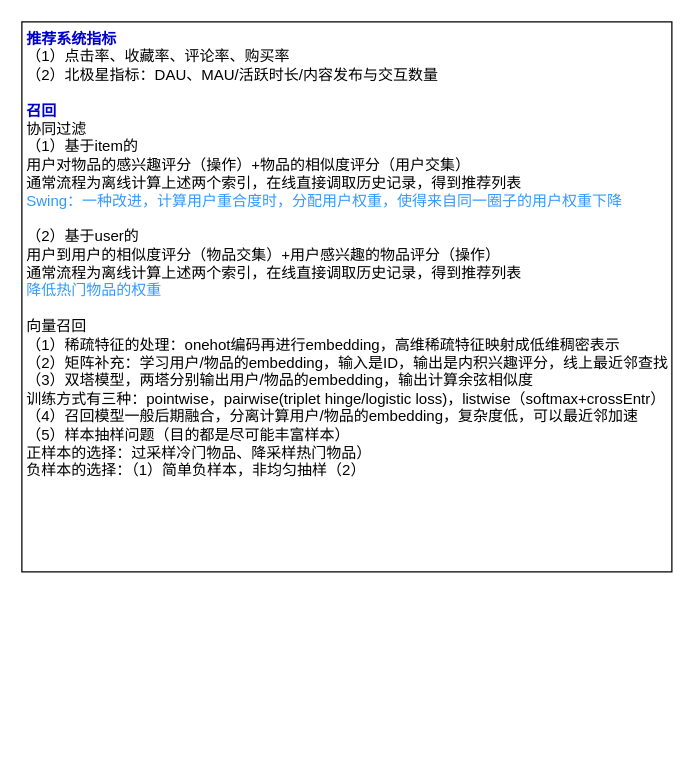
Before: 推荐学习笔记.drawio in limpid-11/drawio, a draw.io diagram. Source tidied: cells renumbered, new cells numbered last; positions are measured from the earlier drawing's top-left corner, leaving out a move shared by most shapes. Both pictures are drawn from the tidied source at 125%, with x=0, y=0 at pixel (21, 21).
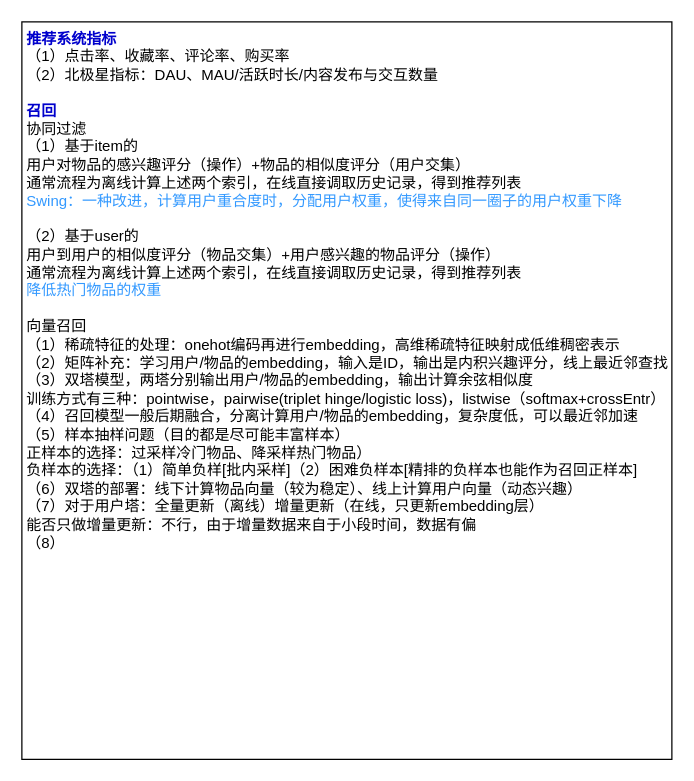
After the change.

Commit message:
更新推荐学习笔记.drawio

Diff of the diagram source:
```diff
@@
 <mxGraphModel>
   <root>
     <mxCell id="0" />
     <mxCell id="1" parent="0" />
-    <mxCell id="2" value="&lt;font color=&quot;#0000cc&quot;&gt;&lt;b&gt;推荐系统指标&lt;/b&gt;&lt;/font&gt;&lt;div&gt;（1）点击率、收藏率、评论率、购买率&lt;/div&gt;&lt;div&gt;（2）北极星指标：DAU、MAU/活跃时长/内容发布与交互数量&lt;/div&gt;&lt;div&gt;&lt;br&gt;&lt;/div&gt;&lt;div&gt;&lt;font color=&quot;#0000cc&quot;&gt;&lt;b&gt;召回&lt;/b&gt;&lt;/font&gt;&lt;/div&gt;&lt;div&gt;协同过滤&lt;/div&gt;&lt;div&gt;（1）基于item的&lt;/div&gt;&lt;div&gt;用户对物品的感兴趣评分（操作）+物品的相似度评分（用户交集）&lt;/div&gt;&lt;div&gt;通常流程为离线计算上述两个索引，在线直接调取历史记录，得到推荐列表&lt;/div&gt;&lt;div&gt;&lt;font color=&quot;#3399ff&quot;&gt;Swing：一种改进，计算用户重合度时，分配用户权重，使得来自同一圈子的用户权重下降&lt;/font&gt;&lt;/div&gt;&lt;div&gt;&lt;br&gt;&lt;/div&gt;&lt;div&gt;（2）基于user的&lt;/div&gt;&lt;div&gt;用户到用户的相似度评分（物品交集）+用户感兴趣的物品评分（操作）&lt;/div&gt;&lt;div&gt;通常流程为离线计算上述两个索引，在线直接调取历史记录，得到推荐列表&lt;br&gt;&lt;/div&gt;&lt;div&gt;&lt;font color=&quot;#3399ff&quot;&gt;降低热门物品的权重&lt;/font&gt;&lt;/div&gt;&lt;div&gt;&lt;br&gt;&lt;/div&gt;&lt;div&gt;向量召回&lt;/div&gt;&lt;div&gt;（1）稀疏特征的处理：onehot编码再进行embedding，高维稀疏特征映射成低维稠密表示&lt;/div&gt;&lt;div&gt;（2）矩阵补充：学习用户/物品的embedding，输入是ID，输出是内积兴趣评分，线上最近邻查找&lt;/div&gt;&lt;div&gt;（3）双塔模型，两塔分别输出用户/物品的embedding，输出计算余弦相似度&lt;/div&gt;&lt;div&gt;训练方式有三种：pointwise，pairwise(triplet hinge/logistic loss)，listwise（softmax+crossEntr）&lt;/div&gt;&lt;div&gt;（4）召回模型一般后期融合，分离计算用户/物品的embedding，复杂度低，可以最近邻加速&lt;/div&gt;&lt;div&gt;（5）样本抽样问题（目的都是尽可能丰富样本）&lt;/div&gt;&lt;div&gt;正样本的选择：过采样冷门物品、降采样热门物品）&lt;/div&gt;&lt;div&gt;负样本的选择：&lt;span style=&quot;background-color: initial;&quot;&gt;（1）简单负样本，非均匀抽样（2）&lt;/span&gt;&lt;/div&gt;&lt;div&gt;&lt;br&gt;&lt;/div&gt;" style="rounded=0;whiteSpace=wrap;html=1;align=left;verticalAlign=top;spacingLeft=2;" parent="1" vertex="1">
-      <mxGeometry width="520" height="440" as="geometry" />
+    <mxCell id="2" value="&lt;font color=&quot;#0000cc&quot;&gt;&lt;b&gt;推荐系统指标&lt;/b&gt;&lt;/font&gt;&lt;div&gt;（1）点击率、收藏率、评论率、购买率&lt;/div&gt;&lt;div&gt;（2）北极星指标：DAU、MAU/活跃时长/内容发布与交互数量&lt;/div&gt;&lt;div&gt;&lt;br&gt;&lt;/div&gt;&lt;div&gt;&lt;font color=&quot;#0000cc&quot;&gt;&lt;b&gt;召回&lt;/b&gt;&lt;/font&gt;&lt;/div&gt;&lt;div&gt;协同过滤&lt;/div&gt;&lt;div&gt;（1）基于item的&lt;/div&gt;&lt;div&gt;用户对物品的感兴趣评分（操作）+物品的相似度评分（用户交集）&lt;/div&gt;&lt;div&gt;通常流程为离线计算上述两个索引，在线直接调取历史记录，得到推荐列表&lt;/div&gt;&lt;div&gt;&lt;font color=&quot;#3399ff&quot;&gt;Swing：一种改进，计算用户重合度时，分配用户权重，使得来自同一圈子的用户权重下降&lt;/font&gt;&lt;/div&gt;&lt;div&gt;&lt;br&gt;&lt;/div&gt;&lt;div&gt;（2）基于user的&lt;/div&gt;&lt;div&gt;用户到用户的相似度评分（物品交集）+用户感兴趣的物品评分（操作）&lt;/div&gt;&lt;div&gt;通常流程为离线计算上述两个索引，在线直接调取历史记录，得到推荐列表&lt;br&gt;&lt;/div&gt;&lt;div&gt;&lt;font color=&quot;#3399ff&quot;&gt;降低热门物品的权重&lt;/font&gt;&lt;/div&gt;&lt;div&gt;&lt;br&gt;&lt;/div&gt;&lt;div&gt;向量召回&lt;/div&gt;&lt;div&gt;（1）稀疏特征的处理：onehot编码再进行embedding，高维稀疏特征映射成低维稠密表示&lt;/div&gt;&lt;div&gt;（2）矩阵补充：学习用户/物品的embedding，输入是ID，输出是内积兴趣评分，线上最近邻查找&lt;/div&gt;&lt;div&gt;（3）双塔模型，两塔分别输出用户/物品的embedding，输出计算余弦相似度&lt;/div&gt;&lt;div&gt;训练方式有三种：pointwise，pairwise(triplet hinge/logistic loss)，listwise（softmax+crossEntr）&lt;/div&gt;&lt;div&gt;（4）召回模型一般后期融合，分离计算用户/物品的embedding，复杂度低，可以最近邻加速&lt;/div&gt;&lt;div&gt;（5）样本抽样问题（目的都是尽可能丰富样本）&lt;/div&gt;&lt;div&gt;正样本的选择：过采样冷门物品、降采样热门物品）&lt;/div&gt;&lt;div&gt;负样本的选择：&lt;span style=&quot;background-color: initial;&quot;&gt;（1）简单负样[批内采样]（2）困难负样本[精排的负样本也能作为召回正样本]&lt;/span&gt;&lt;/div&gt;&lt;div&gt;&lt;span style=&quot;background-color: initial;&quot;&gt;（6）双塔的部署：线下计算物品向量（较为稳定）、线上计算用户向量（动态兴趣）&lt;/span&gt;&lt;/div&gt;&lt;div&gt;&lt;span style=&quot;background-color: initial;&quot;&gt;（7）对于用户塔：全量更新（离线）增量更新（在线，只更新embedding层）&lt;/span&gt;&lt;/div&gt;&lt;div&gt;&lt;span style=&quot;background-color: initial;&quot;&gt;能否只做增量更新：不行，由于增量数据来自于小段时间，数据有偏&lt;/span&gt;&lt;/div&gt;&lt;div&gt;&lt;span style=&quot;background-color: initial;&quot;&gt;（8）&lt;/span&gt;&lt;/div&gt;&lt;div&gt;&lt;span style=&quot;background-color: initial;&quot;&gt;&lt;br&gt;&lt;/span&gt;&lt;/div&gt;&lt;div&gt;&lt;br&gt;&lt;/div&gt;" style="rounded=0;whiteSpace=wrap;html=1;align=left;verticalAlign=top;spacingLeft=2;" parent="1" vertex="1">
+      <mxGeometry width="520" height="590" as="geometry" />
     </mxCell>
   </root>
 </mxGraphModel>
```
